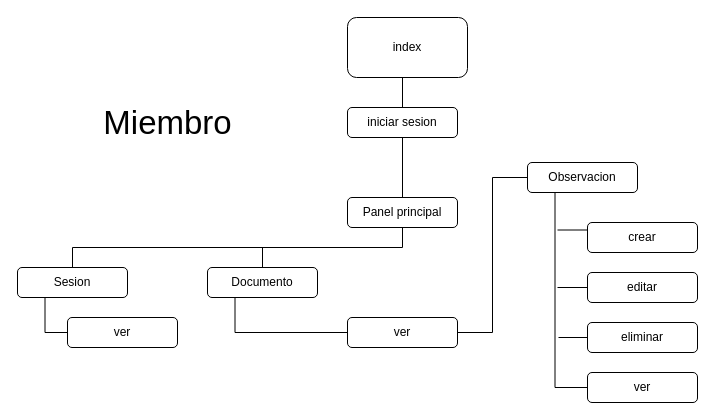
Above: page "miembro" (2 of 4) of doc/Nav.drawio in gabo2600/sesion (draw.io), before the change. Source tidied: cells renumbered, new cells numbered last; positions are measured from the earlier drawing's top-left corner, leaving out a move shared by most shapes. Both pictures are drawn from the tidied source at 100%, with x=0, y=0 at pixel (17, 17).
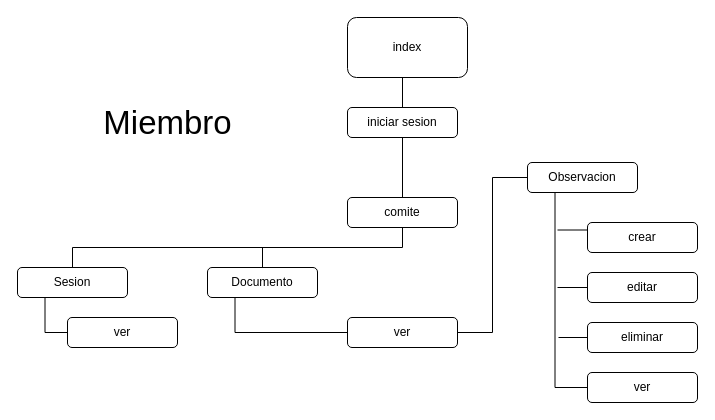
After the change.

Change to the diagram source:
```diff
@@
-    <mxCell id="7" value="Panel principal" style="rounded=1;whiteSpace=wrap;html=1;" parent="1" vertex="1">
+    <mxCell id="7" value="comite" style="rounded=1;whiteSpace=wrap;html=1;" parent="1" vertex="1">
       <mxGeometry x="330" y="180" width="110" height="30" as="geometry" />
     </mxCell>
```
